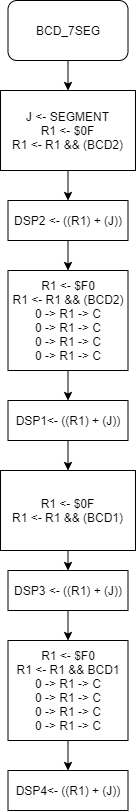
Earlier version of the draw.io export Tarea 5/BCD_7SEG.png (robz25/Microprocesadores). Source tidied: cells renumbered, new cells last; positions are measured from the earlier drawing's top-left corner, leaving out a move shared by most shapes. Source of this version:
```xml
<mxGraphModel>
  <root>
    <mxCell id="0" />
    <mxCell id="1" parent="0" />
    <mxCell id="2" style="edgeStyle=orthogonalEdgeStyle;rounded=0;jettySize=auto;html=1;exitX=0.5;exitY=1;exitDx=0;exitDy=0;entryX=0.5;entryY=0;entryDx=0;entryDy=0;" parent="1" edge="1" source="3" target="5">
      <mxGeometry relative="1" as="geometry" />
    </mxCell>
    <mxCell id="3" value="BCD_7SEG" style="rounded=1;whiteSpace=wrap;html=1;" parent="1" vertex="1">
      <mxGeometry x="7.5" width="120" height="60" as="geometry" />
    </mxCell>
    <mxCell id="4" style="edgeStyle=orthogonalEdgeStyle;rounded=0;jettySize=auto;html=1;exitX=0.5;exitY=1;exitDx=0;exitDy=0;entryX=0.5;entryY=0;entryDx=0;entryDy=0;" parent="1" edge="1" source="5">
      <mxGeometry relative="1" as="geometry">
        <mxPoint x="67.5" y="200" as="targetPoint" />
      </mxGeometry>
    </mxCell>
    <mxCell id="5" value="&lt;br&gt;J &amp;lt;- SEGMENT&lt;br&gt;R1 &amp;lt;- $0F&lt;br&gt;R1 &amp;lt;- R1 &amp;amp;&amp;amp; (BCD2)&lt;br&gt;&amp;nbsp;" style="rounded=0;whiteSpace=wrap;html=1;" parent="1" vertex="1">
      <mxGeometry y="90" width="135" height="80" as="geometry" />
    </mxCell>
    <mxCell id="6" style="edgeStyle=orthogonalEdgeStyle;rounded=0;jettySize=auto;html=1;exitX=0.5;exitY=1;exitDx=0;exitDy=0;entryX=0.5;entryY=0;entryDx=0;entryDy=0;" parent="1" edge="1" source="7" target="9">
      <mxGeometry relative="1" as="geometry" />
    </mxCell>
    <mxCell id="7" value="&lt;span&gt;DSP2 &amp;lt;- ((R1) + (J))&lt;br&gt;&lt;/span&gt;" style="rounded=0;whiteSpace=wrap;html=1;" parent="1" vertex="1">
      <mxGeometry x="7.5" y="200" width="120" height="40" as="geometry" />
    </mxCell>
    <mxCell id="8" style="edgeStyle=orthogonalEdgeStyle;rounded=0;jettySize=auto;html=1;exitX=0.5;exitY=1;exitDx=0;exitDy=0;entryX=0.5;entryY=0;entryDx=0;entryDy=0;" parent="1" edge="1" source="9" target="11">
      <mxGeometry relative="1" as="geometry" />
    </mxCell>
    <mxCell id="9" value="R1 &amp;lt;- $F0&lt;br&gt;R1 &amp;lt;- R1 &amp;amp;&amp;amp; (BCD2)&lt;br&gt;0 -&amp;gt; R1 -&amp;gt; C&lt;br&gt;0 -&amp;gt; R1 -&amp;gt; C&lt;br&gt;0 -&amp;gt; R1 -&amp;gt; C&lt;br&gt;0 -&amp;gt; R1 -&amp;gt; C" style="rounded=0;whiteSpace=wrap;html=1;" parent="1" vertex="1">
      <mxGeometry x="7.5" y="270" width="120" height="100" as="geometry" />
    </mxCell>
    <mxCell id="10" style="edgeStyle=orthogonalEdgeStyle;rounded=0;jettySize=auto;html=1;exitX=0.5;exitY=1;exitDx=0;exitDy=0;entryX=0.5;entryY=0;entryDx=0;entryDy=0;" parent="1" edge="1" source="11" target="13">
      <mxGeometry relative="1" as="geometry" />
    </mxCell>
    <mxCell id="11" value="&lt;span&gt;DSP1&amp;lt;- ((R1) + (J))&lt;/span&gt;" style="rounded=0;whiteSpace=wrap;html=1;" parent="1" vertex="1">
      <mxGeometry x="7.5" y="400" width="120" height="40" as="geometry" />
    </mxCell>
    <mxCell id="12" style="edgeStyle=orthogonalEdgeStyle;rounded=0;jettySize=auto;html=1;exitX=0.5;exitY=1;exitDx=0;exitDy=0;entryX=0.5;entryY=0;entryDx=0;entryDy=0;" parent="1" edge="1" source="13">
      <mxGeometry relative="1" as="geometry">
        <mxPoint x="67.5" y="570" as="targetPoint" />
      </mxGeometry>
    </mxCell>
    <mxCell id="13" value="&lt;br&gt;R1 &amp;lt;- $0F&lt;br&gt;R1 &amp;lt;- R1 &amp;amp;&amp;amp; (BCD1)&lt;br&gt;&amp;nbsp;" style="rounded=0;whiteSpace=wrap;html=1;" parent="1" vertex="1">
      <mxGeometry y="470" width="135" height="80" as="geometry" />
    </mxCell>
    <mxCell id="14" style="edgeStyle=orthogonalEdgeStyle;rounded=0;jettySize=auto;html=1;exitX=0.5;exitY=1;exitDx=0;exitDy=0;entryX=0.5;entryY=0;entryDx=0;entryDy=0;" parent="1" edge="1" source="15" target="17">
      <mxGeometry relative="1" as="geometry" />
    </mxCell>
    <mxCell id="15" value="&lt;span&gt;DSP3 &amp;lt;- ((R1) + (J))&lt;br&gt;&lt;/span&gt;" style="rounded=0;whiteSpace=wrap;html=1;" parent="1" vertex="1">
      <mxGeometry x="7.5" y="570" width="120" height="40" as="geometry" />
    </mxCell>
    <mxCell id="16" style="edgeStyle=orthogonalEdgeStyle;rounded=0;jettySize=auto;html=1;exitX=0.5;exitY=1;exitDx=0;exitDy=0;entryX=0.5;entryY=0;entryDx=0;entryDy=0;" parent="1" edge="1" source="17" target="18">
      <mxGeometry relative="1" as="geometry" />
    </mxCell>
    <mxCell id="17" value="R1 &amp;lt;- $F0&lt;br&gt;R1 &amp;lt;- R1 &amp;amp;&amp;amp; BCD1&lt;br&gt;0 -&amp;gt; R1 -&amp;gt; C&lt;br&gt;0 -&amp;gt; R1 -&amp;gt; C&lt;br&gt;0 -&amp;gt; R1 -&amp;gt; C&lt;br&gt;0 -&amp;gt; R1 -&amp;gt; C" style="rounded=0;whiteSpace=wrap;html=1;" parent="1" vertex="1">
      <mxGeometry x="7.5" y="640" width="120" height="100" as="geometry" />
    </mxCell>
    <mxCell id="18" value="&lt;span&gt;DSP4&amp;lt;- ((R1) + (J))&lt;/span&gt;" style="rounded=0;whiteSpace=wrap;html=1;" parent="1" vertex="1">
      <mxGeometry x="7.5" y="770" width="120" height="40" as="geometry" />
    </mxCell>
  </root>
</mxGraphModel>
```
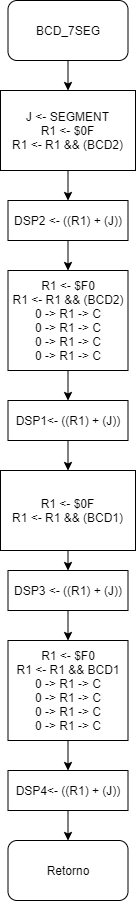
After the change.

Change to the diagram source:
```diff
@@ -54,8 +54,14 @@
     <mxCell id="17" value="R1 &amp;lt;- $F0&lt;br&gt;R1 &amp;lt;- R1 &amp;amp;&amp;amp; BCD1&lt;br&gt;0 -&amp;gt; R1 -&amp;gt; C&lt;br&gt;0 -&amp;gt; R1 -&amp;gt; C&lt;br&gt;0 -&amp;gt; R1 -&amp;gt; C&lt;br&gt;0 -&amp;gt; R1 -&amp;gt; C" style="rounded=0;whiteSpace=wrap;html=1;" parent="1" vertex="1">
       <mxGeometry x="7.5" y="640" width="120" height="100" as="geometry" />
     </mxCell>
+    <mxCell id="19" style="edgeStyle=orthogonalEdgeStyle;rounded=0;jettySize=auto;html=1;exitX=0.5;exitY=1;exitDx=0;exitDy=0;entryX=0.5;entryY=0;entryDx=0;entryDy=0;" parent="1" edge="1" source="18" target="20">
+      <mxGeometry relative="1" as="geometry" />
+    </mxCell>
     <mxCell id="18" value="&lt;span&gt;DSP4&amp;lt;- ((R1) + (J))&lt;/span&gt;" style="rounded=0;whiteSpace=wrap;html=1;" parent="1" vertex="1">
       <mxGeometry x="7.5" y="770" width="120" height="40" as="geometry" />
     </mxCell>
+    <mxCell id="20" value="Retorno" style="rounded=1;whiteSpace=wrap;html=1;" parent="1" vertex="1">
+      <mxGeometry x="7.5" y="840" width="120" height="60" as="geometry" />
+    </mxCell>
   </root>
 </mxGraphModel>
```
